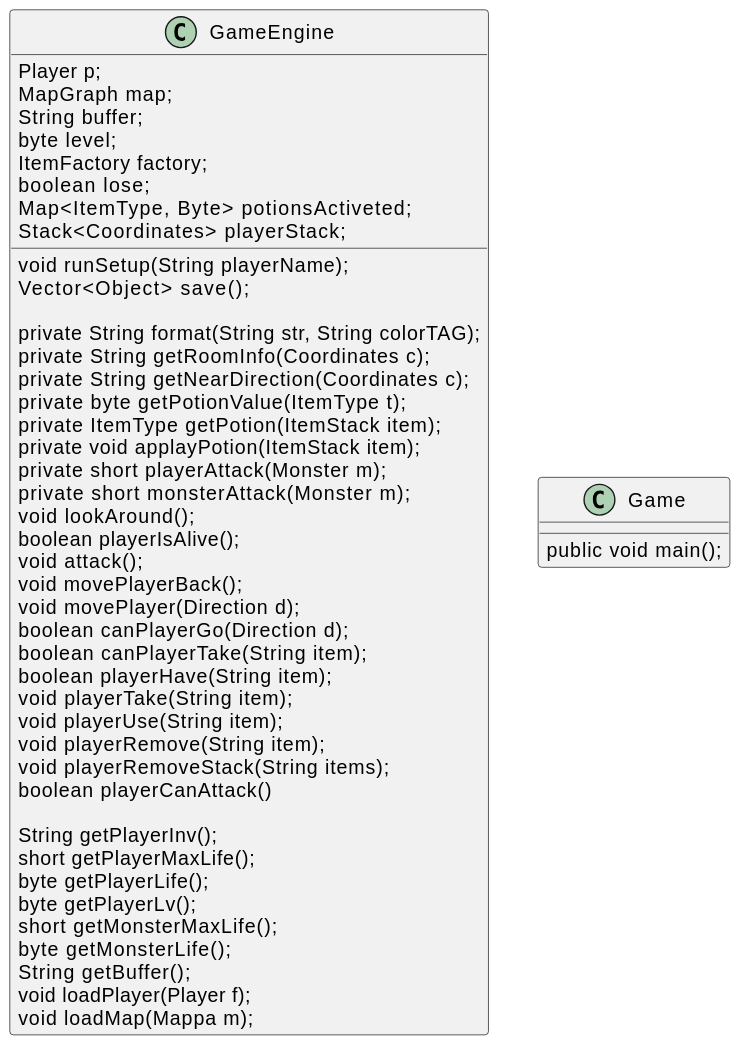
PdP03/ACMD keeps this PlantUML diagram as DiagrammiUML/ClassDiagram(GameEngine-Game).svg. Above is the earlier version. The source it was exported from:
```plantuml
@startuml
class GameEngine{
  Player p;
  MapGraph map;
  String buffer;
  byte level;
  ItemFactory factory;
  boolean lose;
  Map<ItemType, Byte> potionsActiveted;
  Stack<Coordinates> playerStack;

  void runSetup(String playerName);
  Vector<Object> save();

  private String format(String str, String colorTAG);
  private String getRoomInfo(Coordinates c);
  private String getNearDirection(Coordinates c);
  private byte getPotionValue(ItemType t);
  private ItemType getPotion(ItemStack item);
  private void applayPotion(ItemStack item);
  private short playerAttack(Monster m);
  private short monsterAttack(Monster m);


  void lookAround();
  boolean playerIsAlive();
  void attack();
  void movePlayerBack();
  void movePlayer(Direction d);
  boolean canPlayerGo(Direction d);
  boolean canPlayerTake(String item);
  boolean playerHave(String item);
  void playerTake(String item);
  void playerUse(String item);
  void playerRemove(String item);        /'aggiunge nel buffer una info degli oggetti eliminati'/
  void playerRemoveStack(String items);/'toglie tutto lo stack di item'/
  boolean playerCanAttack()

  String getPlayerInv();
  short getPlayerMaxLife();
  byte getPlayerLife();
  byte getPlayerLv();
  short getMonsterMaxLife();
  byte getMonsterLife();
  String getBuffer();


  void loadPlayer(Player f);
  void loadMap(Mappa m);
}


class Game{
public void main();

}
@enduml
```
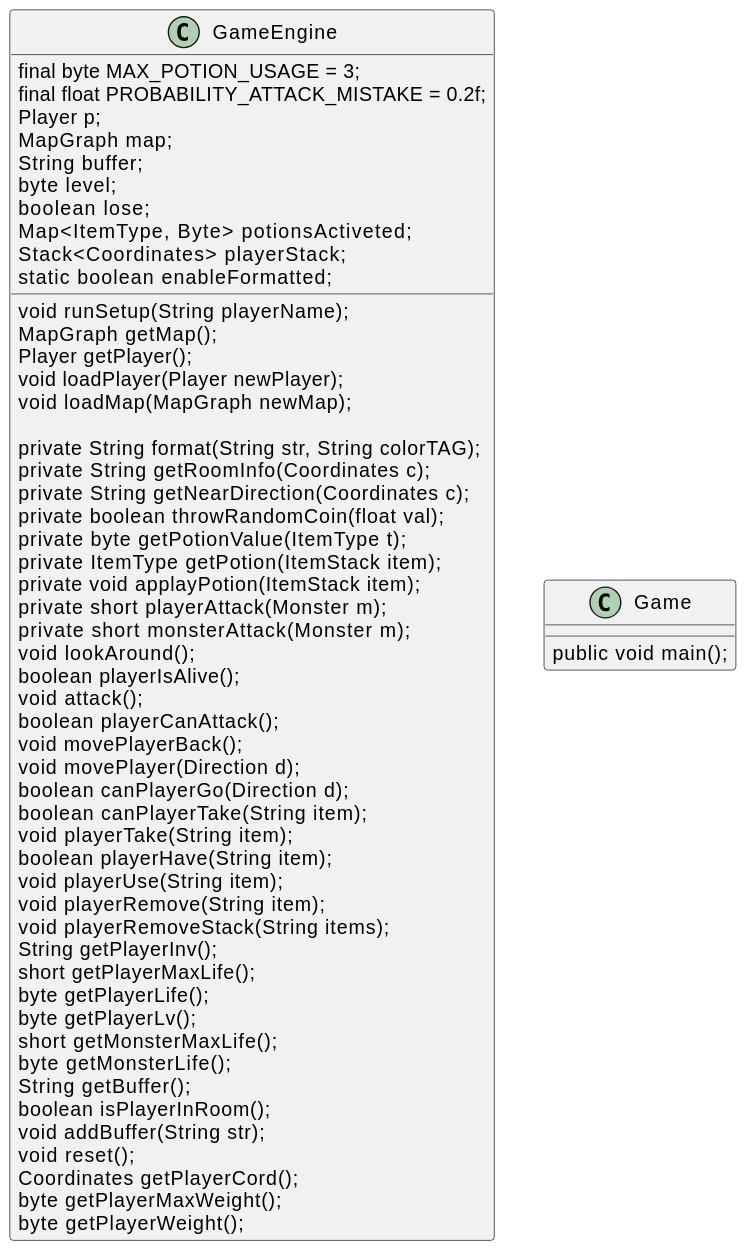
The same diagram one commit later.

Commit message:
Aggiornamento immagine svg

Diff of the diagram source:
```diff
@@ -1,20 +1,26 @@
 @startuml
 class GameEngine{
+  final byte MAX_POTION_USAGE = 3;
+  final float PROBABILITY_ATTACK_MISTAKE = 0.2f;
   Player p;
   MapGraph map;
   String buffer;
   byte level;
-  ItemFactory factory;
   boolean lose;
   Map<ItemType, Byte> potionsActiveted;
   Stack<Coordinates> playerStack;
+  static boolean enableFormatted;
 
   void runSetup(String playerName);
-  Vector<Object> save();
+  MapGraph getMap();
+  Player getPlayer();
+  void loadPlayer(Player newPlayer);
+  void loadMap(MapGraph newMap);
 
   private String format(String str, String colorTAG);
   private String getRoomInfo(Coordinates c);
   private String getNearDirection(Coordinates c);
+  private boolean throwRandomCoin(float val);
   private byte getPotionValue(ItemType t);
   private ItemType getPotion(ItemStack item);
   private void applayPotion(ItemStack item);
@@ -25,16 +31,17 @@
   void lookAround();
   boolean playerIsAlive();
   void attack();
+  boolean playerCanAttack();
   void movePlayerBack();
   void movePlayer(Direction d);
   boolean canPlayerGo(Direction d);
   boolean canPlayerTake(String item);
+  void playerTake(String item);
   boolean playerHave(String item);
-  void playerTake(String item);
   void playerUse(String item);
   void playerRemove(String item);        /'aggiunge nel buffer una info degli oggetti eliminati'/
   void playerRemoveStack(String items);/'toglie tutto lo stack di item'/
-  boolean playerCanAttack()
+
 
   String getPlayerInv();
   short getPlayerMaxLife();
@@ -43,10 +50,12 @@
   short getMonsterMaxLife();
   byte getMonsterLife();
   String getBuffer();
-
-
-  void loadPlayer(Player f);
-  void loadMap(Mappa m);
+  boolean isPlayerInRoom();
+  void addBuffer(String str);
+  void reset();
+  Coordinates getPlayerCord();
+  byte getPlayerMaxWeight();
+  byte getPlayerWeight();
 }
 
 
```
